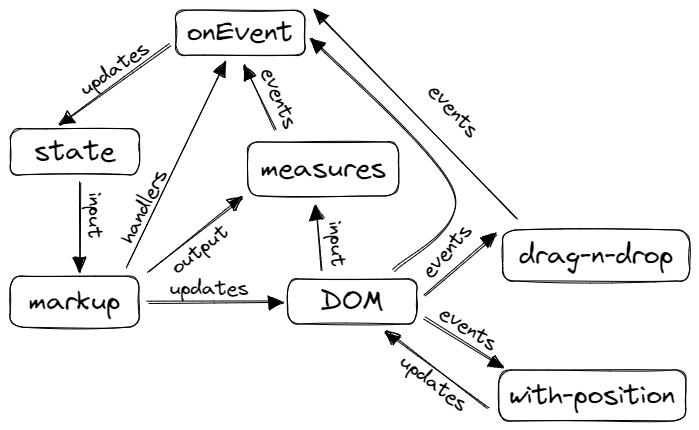
Above: diagram.excalidraw.png in rodinhart/abstractui (Excalidraw), before the change. Source tidied: one line per element, renumbered; positions are measured from the earlier drawing's top-left corner, leaving out a move shared by most shapes.
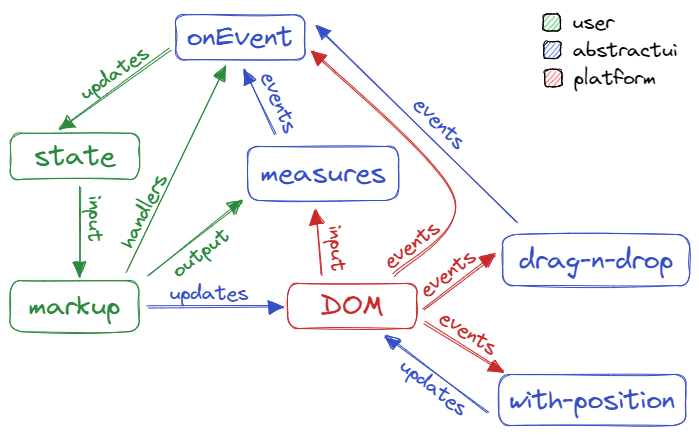
Later version of the same file.

Commit message:
Update diagram, official drop event

Change to the diagram source:
```diff
@@ -1,37 +1,44 @@
-{"id": 0, "type": "rectangle", "strokeColor": "#000000", "strokeWidth": 1, "roughness": 1, "round": true, "x": 0, "y": 118, "width": 129, "height": 46}
+{"id": 0, "type": "rectangle", "strokeColor": "#2b8a3e", "strokeWidth": 1, "roughness": 1, "round": true, "x": 0, "y": 118, "width": 129, "height": 46}
-{"id": 1, "type": "text", "text": "state", "strokeColor": "#000000", "strokeWidth": 1, "roughness": 1, "fontSize": 28, "fontFamily": 1, "textAlign": "center", "verticalAlign": "middle", "inside": 0, "x": 24, "y": 124, "width": 83, "height": 35}
+{"id": 1, "type": "text", "text": "state", "strokeColor": "#2b8a3e", "strokeWidth": 1, "roughness": 1, "fontSize": 28, "fontFamily": 1, "textAlign": "center", "verticalAlign": "middle", "inside": 0, "x": 24, "y": 124, "width": 83, "height": 35}
-{"id": 2, "type": "rectangle", "strokeColor": "#000000", "strokeWidth": 1, "roughness": 1, "round": true, "x": 0, "y": 266, "width": 129, "height": 51}
+{"id": 2, "type": "rectangle", "strokeColor": "#2b8a3e", "strokeWidth": 1, "roughness": 1, "round": true, "x": 0, "y": 266, "width": 129, "height": 51}
-{"id": 3, "type": "text", "text": "markup", "strokeColor": "#000000", "strokeWidth": 1, "roughness": 1, "fontSize": 28, "fontFamily": 1, "textAlign": "center", "verticalAlign": "middle", "inside": 2, "x": 18, "y": 274, "width": 94, "height": 35}
+{"id": 3, "type": "text", "text": "markup", "strokeColor": "#2b8a3e", "strokeWidth": 1, "roughness": 1, "fontSize": 28, "fontFamily": 1, "textAlign": "center", "verticalAlign": "middle", "inside": 2, "x": 18, "y": 274, "width": 94, "height": 35}
-{"id": 4, "type": "arrow", "strokeColor": "#000000", "strokeWidth": 1, "roughness": 1, "endArrowhead": "triangle", "round": true, "from": 0, "to": 2, "x": 70, "y": 173, "width": 1, "height": 89, "points": [[0, 0], [-1, 89]]}
+{"id": 4, "type": "arrow", "strokeColor": "#2b8a3e", "strokeWidth": 1, "roughness": 1, "endArrowhead": "triangle", "round": true, "from": 0, "to": 2, "x": 70, "y": 173, "width": 1, "height": 89, "points": [[0, 0], [-1, 89]]}
-{"id": 5, "type": "rectangle", "strokeColor": "#000000", "strokeWidth": 1, "roughness": 1, "round": true, "x": 278, "y": 269, "width": 129, "height": 45}
+{"id": 5, "type": "rectangle", "strokeColor": "#c92a2a", "strokeWidth": 1, "roughness": 1, "round": true, "x": 278, "y": 269, "width": 129, "height": 45}
-{"id": 6, "type": "text", "text": "DOM", "strokeColor": "#000000", "strokeWidth": 1, "roughness": 1, "fontSize": 28, "fontFamily": 1, "textAlign": "center", "verticalAlign": "middle", "inside": 5, "x": 309, "y": 274, "width": 66, "height": 35}
+{"id": 6, "type": "text", "text": "DOM", "strokeColor": "#c92a2a", "strokeWidth": 1, "roughness": 1, "fontSize": 28, "fontFamily": 1, "textAlign": "center", "verticalAlign": "middle", "inside": 5, "x": 309, "y": 274, "width": 66, "height": 35}
-{"id": 7, "type": "arrow", "strokeColor": "#000000", "strokeWidth": 1, "roughness": 1, "endArrowhead": "triangle", "round": true, "from": 2, "to": 5, "x": 137, "y": 292, "width": 134, "height": 1, "points": [[0, 0], [134, -1]]}
+{"id": 7, "type": "arrow", "strokeColor": "#364fc7", "strokeWidth": 1, "roughness": 1, "endArrowhead": "triangle", "round": true, "from": 2, "to": 5, "x": 137, "y": 292, "width": 134, "height": 1, "points": [[0, 0], [134, -1]]}
-{"id": 8, "type": "rectangle", "strokeColor": "#000000", "strokeWidth": 1, "roughness": 1, "round": true, "x": 238, "y": 132, "width": 151, "height": 54}
+{"id": 8, "type": "rectangle", "strokeColor": "#364fc7", "strokeWidth": 1, "roughness": 1, "round": true, "x": 238, "y": 132, "width": 151, "height": 54}
-{"id": 9, "type": "text", "text": "measures", "strokeColor": "#000000", "strokeWidth": 1, "roughness": 1, "fontSize": 28, "fontFamily": 1, "textAlign": "center", "verticalAlign": "middle", "inside": 8, "x": 250, "y": 141, "width": 127, "height": 35}
+{"id": 9, "type": "text", "text": "measures", "strokeColor": "#364fc7", "strokeWidth": 1, "roughness": 1, "fontSize": 28, "fontFamily": 1, "textAlign": "center", "verticalAlign": "middle", "inside": 8, "x": 250, "y": 141, "width": 127, "height": 35}
-{"id": 10, "type": "arrow", "strokeColor": "#000000", "strokeWidth": 1, "roughness": 1, "endArrowhead": "triangle", "round": true, "from": 2, "to": 8, "x": 138, "y": 262, "width": 95, "height": 73, "points": [[0, 0], [95, -73]]}
+{"id": 10, "type": "arrow", "strokeColor": "#2b8a3e", "strokeWidth": 1, "roughness": 1, "endArrowhead": "triangle", "round": true, "from": 2, "to": 8, "x": 138, "y": 261, "width": 95, "height": 73, "points": [[0, 0], [95, -73]]}
-{"id": 11, "type": "rectangle", "strokeColor": "#000000", "strokeWidth": 1, "roughness": 1, "round": true, "x": 489, "y": 360, "width": 187, "height": 51}
+{"id": 11, "type": "rectangle", "strokeColor": "#364fc7", "strokeWidth": 1, "roughness": 1, "round": true, "x": 489, "y": 360, "width": 187, "height": 51}
-{"id": 12, "type": "text", "text": "with-position", "strokeColor": "#000000", "strokeWidth": 1, "roughness": 1, "fontSize": 28, "fontFamily": 1, "textAlign": "center", "verticalAlign": "middle", "inside": 11, "x": 498, "y": 368, "width": 168, "height": 35}
+{"id": 12, "type": "text", "text": "with-position", "strokeColor": "#364fc7", "strokeWidth": 1, "roughness": 1, "fontSize": 28, "fontFamily": 1, "textAlign": "center", "verticalAlign": "middle", "inside": 11, "x": 498, "y": 368, "width": 168, "height": 35}
-{"id": 13, "type": "arrow", "strokeColor": "#000000", "strokeWidth": 1, "roughness": 1, "endArrowhead": "triangle", "round": true, "from": 5, "to": 8, "x": 311, "y": 260, "width": 5, "height": 63, "points": [[0, 0], [-5, -63]]}
+{"id": 13, "type": "arrow", "strokeColor": "#c92a2a", "strokeWidth": 1, "roughness": 1, "endArrowhead": "triangle", "round": true, "from": 5, "to": 8, "x": 311, "y": 260, "width": 5, "height": 63, "points": [[0, 0], [-5, -63]]}
-{"id": 14, "type": "rectangle", "strokeColor": "#000000", "strokeWidth": 1, "roughness": 1, "round": true, "x": 166, "y": 0, "width": 129, "height": 45}
+{"id": 14, "type": "rectangle", "strokeColor": "#364fc7", "strokeWidth": 1, "roughness": 1, "round": true, "x": 166, "y": 0, "width": 129, "height": 45}
-{"id": 15, "type": "text", "text": "onEvent", "strokeColor": "#000000", "strokeWidth": 1, "roughness": 1, "fontSize": 28, "fontFamily": 1, "textAlign": "center", "verticalAlign": "middle", "inside": 14, "x": 176, "y": 5, "width": 108, "height": 35}
+{"id": 15, "type": "text", "text": "onEvent", "strokeColor": "#364fc7", "strokeWidth": 1, "roughness": 1, "fontSize": 28, "fontFamily": 1, "textAlign": "center", "verticalAlign": "middle", "inside": 14, "x": 176, "y": 5, "width": 108, "height": 35}
-{"id": 16, "type": "arrow", "strokeColor": "#000000", "strokeWidth": 1, "roughness": 1, "endArrowhead": "triangle", "round": true, "from": 14, "to": 0, "x": 161, "y": 34, "width": 110, "height": 80, "points": [[0, 0], [-110, 80]]}
+{"id": 16, "type": "arrow", "strokeColor": "#2b8a3e", "strokeWidth": 1, "roughness": 1, "endArrowhead": "triangle", "round": true, "from": 14, "to": 0, "x": 161, "y": 34, "width": 110, "height": 80, "points": [[0, 0], [-110, 80]]}
-{"id": 17, "type": "arrow", "strokeColor": "#000000", "strokeWidth": 1, "roughness": 1, "endArrowhead": "triangle", "round": true, "from": 8, "to": 14, "x": 266, "y": 119, "width": 32, "height": 66, "points": [[0, 0], [-32, -66]]}
+{"id": 17, "type": "arrow", "strokeColor": "#364fc7", "strokeWidth": 1, "roughness": 1, "endArrowhead": "triangle", "round": true, "from": 8, "to": 14, "x": 266, "y": 119, "width": 32, "height": 66, "points": [[0, 0], [-32, -66]]}
-{"id": 18, "type": "text", "text": "updates", "strokeColor": "#000000", "angle": 5.67, "strokeWidth": 1, "roughness": 1, "fontSize": 20, "fontFamily": 1, "x": 64, "y": 45, "width": 81, "height": 25}
+{"id": 18, "type": "text", "text": "updates", "strokeColor": "#2b8a3e", "angle": 5.67, "strokeWidth": 1, "roughness": 1, "fontSize": 20, "fontFamily": 1, "x": 64, "y": 45, "width": 81, "height": 25}
-{"id": 19, "type": "text", "text": "input", "strokeColor": "#000000", "angle": 1.57, "strokeWidth": 1, "roughness": 1, "fontSize": 20, "fontFamily": 1, "x": 60, "y": 194, "width": 48, "height": 25}
+{"id": 19, "type": "text", "text": "input", "strokeColor": "#2b8a3e", "angle": 1.57, "strokeWidth": 1, "roughness": 1, "fontSize": 20, "fontFamily": 1, "x": 60, "y": 193, "width": 48, "height": 25}
-{"id": 20, "type": "text", "text": "updates", "strokeColor": "#000000", "strokeWidth": 1, "roughness": 1, "fontSize": 20, "fontFamily": 1, "x": 159, "y": 266, "width": 81, "height": 25}
+{"id": 20, "type": "text", "text": "updates", "strokeColor": "#364fc7", "strokeWidth": 1, "roughness": 1, "fontSize": 20, "fontFamily": 1, "x": 159, "y": 266, "width": 81, "height": 25}
-{"id": 21, "type": "text", "text": "output", "strokeColor": "#000000", "angle": 5.62, "strokeWidth": 1, "roughness": 1, "fontSize": 20, "fontFamily": 1, "x": 156, "y": 226, "width": 68, "height": 25}
+{"id": 21, "type": "text", "text": "output", "strokeColor": "#2b8a3e", "angle": 5.62, "strokeWidth": 1, "roughness": 1, "fontSize": 20, "fontFamily": 1, "x": 157, "y": 225, "width": 68, "height": 25}
-{"id": 22, "type": "text", "text": "events", "strokeColor": "#000000", "angle": 1.18, "strokeWidth": 1, "roughness": 1, "fontSize": 20, "fontFamily": 1, "x": 236, "y": 76, "width": 66, "height": 25}
+{"id": 22, "type": "text", "text": "events", "strokeColor": "#364fc7", "angle": 1.18, "strokeWidth": 1, "roughness": 1, "fontSize": 20, "fontFamily": 1, "x": 236, "y": 76, "width": 66, "height": 25}
-{"id": 23, "type": "text", "text": "input", "strokeColor": "#000000", "angle": 1.49, "strokeWidth": 1, "roughness": 1, "fontSize": 20, "fontFamily": 1, "x": 302, "y": 222, "width": 48, "height": 25}
+{"id": 23, "type": "text", "text": "input", "strokeColor": "#c92a2a", "angle": 1.49, "strokeWidth": 1, "roughness": 1, "fontSize": 20, "fontFamily": 1, "x": 302, "y": 222, "width": 48, "height": 25}
-{"id": 24, "type": "text", "text": "events", "strokeColor": "#000000", "angle": 5.44, "strokeWidth": 1, "roughness": 1, "fontSize": 20, "fontFamily": 1, "x": 404, "y": 227, "width": 66, "height": 25}
+{"id": 24, "type": "text", "text": "events", "strokeColor": "#c92a2a", "angle": 5.64, "strokeWidth": 1, "roughness": 1, "fontSize": 20, "fontFamily": 1, "x": 405, "y": 245, "width": 66, "height": 25}
-{"id": 25, "type": "rectangle", "strokeColor": "#000000", "strokeWidth": 1, "roughness": 1, "round": true, "x": 493, "y": 220, "width": 187, "height": 51}
+{"id": 25, "type": "rectangle", "strokeColor": "#364fc7", "strokeWidth": 1, "roughness": 1, "round": true, "x": 493, "y": 220, "width": 187, "height": 51}
-{"id": 26, "type": "text", "text": "drag-n-drop", "strokeColor": "#000000", "strokeWidth": 1, "roughness": 1, "fontSize": 28, "fontFamily": 1, "textAlign": "center", "verticalAlign": "middle", "inside": 25, "x": 508, "y": 228, "width": 156, "height": 35}
+{"id": 26, "type": "text", "text": "drag-n-drop", "strokeColor": "#364fc7", "strokeWidth": 1, "roughness": 1, "fontSize": 28, "fontFamily": 1, "textAlign": "center", "verticalAlign": "middle", "inside": 25, "x": 508, "y": 228, "width": 156, "height": 35}
-{"id": 27, "type": "arrow", "strokeColor": "#000000", "strokeWidth": 1, "roughness": 1, "endArrowhead": "triangle", "round": true, "from": 5, "to": 11, "x": 414, "y": 307, "width": 79, "height": 50, "points": [[0, 0], [79, 50]]}
+{"id": 27, "type": "arrow", "strokeColor": "#c92a2a", "strokeWidth": 1, "roughness": 1, "endArrowhead": "triangle", "round": true, "from": 5, "to": 11, "x": 414, "y": 307, "width": 79, "height": 50, "points": [[0, 0], [79, 50]]}
-{"id": 28, "type": "text", "text": "events", "strokeColor": "#000000", "angle": 0.58, "strokeWidth": 1, "roughness": 1, "fontSize": 20, "fontFamily": 1, "x": 426, "y": 306, "width": 66, "height": 25}
+{"id": 28, "type": "text", "text": "events", "strokeColor": "#c92a2a", "angle": 0.58, "strokeWidth": 1, "roughness": 1, "fontSize": 20, "fontFamily": 1, "x": 426, "y": 306, "width": 66, "height": 25}
-{"id": 29, "type": "arrow", "strokeColor": "#000000", "strokeWidth": 1, "roughness": 1, "endArrowhead": "triangle", "round": true, "from": 11, "to": 5, "x": 478, "y": 397, "width": 102, "height": 77, "points": [[0, 0], [-102, -77]]}
+{"id": 29, "type": "arrow", "strokeColor": "#364fc7", "strokeWidth": 1, "roughness": 1, "endArrowhead": "triangle", "round": true, "from": 11, "to": 5, "x": 478, "y": 397, "width": 102, "height": 77, "points": [[0, 0], [-102, -77]]}
-{"id": 30, "type": "text", "text": "updates", "strokeColor": "#000000", "angle": 0.64, "strokeWidth": 1, "roughness": 1, "fontSize": 20, "fontFamily": 1, "x": 384, "y": 361, "width": 81, "height": 25}
+{"id": 30, "type": "text", "text": "updates", "strokeColor": "#364fc7", "angle": 0.64, "strokeWidth": 1, "roughness": 1, "fontSize": 20, "fontFamily": 1, "x": 384, "y": 361, "width": 81, "height": 25}
-{"id": 31, "type": "arrow", "strokeColor": "#000000", "strokeWidth": 1, "roughness": 1, "endArrowhead": "triangle", "round": true, "from": 5, "to": 25, "x": 415, "y": 285, "width": 72, "height": 61, "points": [[0, 0], [72, -61]]}
+{"id": 31, "type": "arrow", "strokeColor": "#c92a2a", "strokeWidth": 1, "roughness": 1, "endArrowhead": "triangle", "round": true, "from": 5, "to": 25, "x": 414, "y": 295, "width": 72, "height": 54, "points": [[0, 0], [72, -54]]}
-{"id": 32, "type": "arrow", "strokeColor": "#000000", "strokeWidth": 1, "roughness": 1, "endArrowhead": "triangle", "round": true, "from": 5, "to": 14, "x": 383, "y": 260, "width": 141, "height": 232, "points": [[0, 0], [60, -78], [-81, -232]]}
+{"id": 32, "type": "arrow", "strokeColor": "#c92a2a", "strokeWidth": 1, "roughness": 1, "endArrowhead": "triangle", "round": true, "from": 5, "to": 14, "x": 383, "y": 260, "width": 140, "height": 224, "points": [[0, 0], [60, -78], [-80, -224]]}
-{"id": 33, "type": "arrow", "strokeColor": "#000000", "strokeWidth": 1, "roughness": 1, "endArrowhead": "triangle", "round": true, "from": 25, "to": 14, "x": 508, "y": 208, "width": 203, "height": 207, "points": [[0, 0], [-203, -207]]}
+{"id": 33, "type": "arrow", "strokeColor": "#364fc7", "strokeWidth": 1, "roughness": 1, "endArrowhead": "triangle", "round": true, "from": 25, "to": 14, "x": 508, "y": 207, "width": 201, "height": 195, "points": [[0, 0], [-201, -195]]}
-{"id": 34, "type": "text", "text": "events", "strokeColor": "#000000", "angle": 0.83, "strokeWidth": 1, "roughness": 1, "fontSize": 20, "fontFamily": 1, "x": 411, "y": 89, "width": 66, "height": 25}
+{"id": 34, "type": "text", "text": "events", "strokeColor": "#364fc7", "angle": 0.79, "strokeWidth": 1, "roughness": 1, "fontSize": 20, "fontFamily": 1, "x": 397, "y": 97, "width": 66, "height": 25}
-{"id": 35, "type": "arrow", "strokeColor": "#000000", "strokeWidth": 1, "roughness": 1, "endArrowhead": "triangle", "round": true, "from": 2, "to": 14, "x": 116, "y": 256, "width": 100, "height": 205, "points": [[0, 0], [100, -205]]}
+{"id": 35, "type": "arrow", "strokeColor": "#2b8a3e", "strokeWidth": 1, "roughness": 1, "endArrowhead": "triangle", "round": true, "from": 2, "to": 14, "x": 116, "y": 256, "width": 100, "height": 205, "points": [[0, 0], [100, -205]]}
-{"id": 36, "type": "text", "text": "handlers", "strokeColor": "#000000", "angle": 5.18, "strokeWidth": 1, "roughness": 1, "fontSize": 20, "fontFamily": 1, "x": 93, "y": 182, "width": 82, "height": 25}
+{"id": 36, "type": "text", "text": "handlers", "strokeColor": "#2b8a3e", "angle": 5.18, "strokeWidth": 1, "roughness": 1, "fontSize": 20, "fontFamily": 1, "x": 93, "y": 182, "width": 82, "height": 25}
+{"id": 37, "type": "text", "text": "user", "strokeColor": "#000000", "strokeWidth": 1, "roughness": 1, "fontSize": 20, "fontFamily": 1, "x": 562, "y": -5, "width": 44, "height": 25}
+{"id": 38, "type": "rectangle", "strokeColor": "#000000", "backgroundColor": "#40c057", "fillStyle": "hachure", "strokeWidth": 1, "roughness": 1, "round": true, "x": 533, "y": -1, "width": 17, "height": 17}
+{"id": 39, "type": "text", "text": "abstractui", "strokeColor": "#000000", "strokeWidth": 1, "roughness": 1, "fontSize": 20, "fontFamily": 1, "x": 563, "y": 23, "width": 107, "height": 25}
+{"id": 40, "type": "rectangle", "strokeColor": "#000000", "backgroundColor": "#4c6ef5", "fillStyle": "hachure", "strokeWidth": 1, "roughness": 1, "round": true, "x": 534, "y": 27, "width": 17, "height": 17}
+{"id": 41, "type": "text", "text": "platform", "strokeColor": "#000000", "strokeWidth": 1, "roughness": 1, "fontSize": 20, "fontFamily": 1, "x": 564, "y": 51, "width": 84, "height": 25}
+{"id": 42, "type": "rectangle", "strokeColor": "#000000", "backgroundColor": "#fa5252", "fillStyle": "hachure", "strokeWidth": 1, "roughness": 1, "round": true, "x": 535, "y": 55, "width": 17, "height": 17}
+{"id": 43, "type": "text", "text": "events", "strokeColor": "#c92a2a", "angle": 5.64, "strokeWidth": 1, "roughness": 1, "fontSize": 20, "fontFamily": 1, "x": 369, "y": 217, "width": 66, "height": 25}
```
